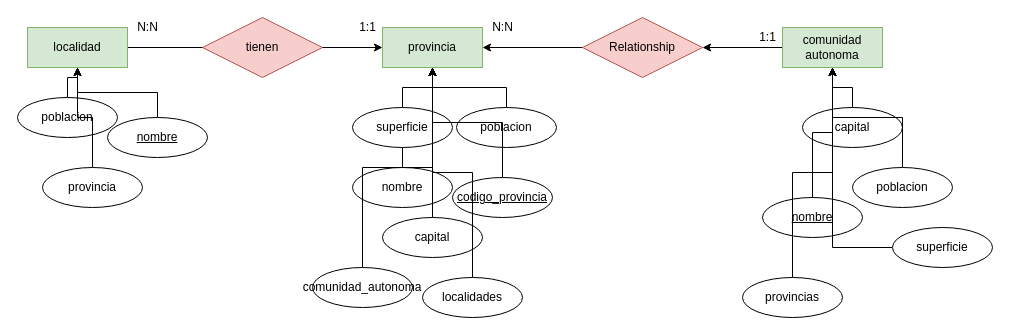
Earlier version of the draw.io diagram Reto 3.drawio (aramossanchez/Diagramas_ER). Source tidied: cells renumbered, new cells numbered last; positions are measured from the earlier drawing's top-left corner, leaving out a move shared by most shapes. Both pictures are drawn from the tidied source at 100%, with x=0, y=0 at pixel (17, 17).
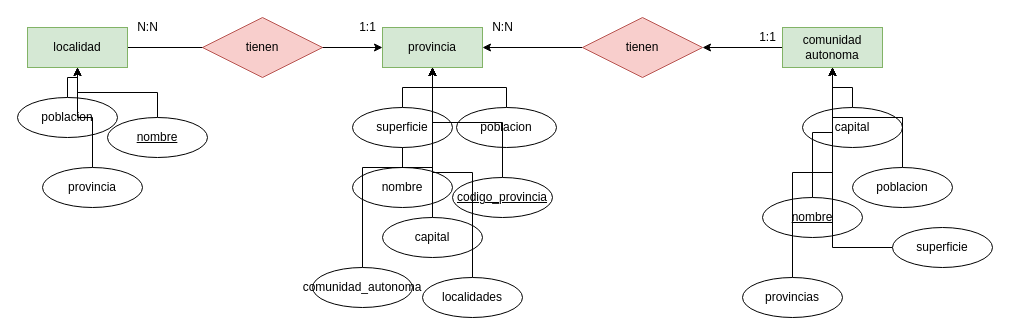
The same diagram, later.

Commit message (it also covers changes not shown here):
subo reto 5

Change to the diagram source:
```diff
@@
-    <mxCell id="31" value="Relationship" style="shape=rhombus;perimeter=rhombusPerimeter;whiteSpace=wrap;html=1;align=center;fillColor=#f8cecc;strokeColor=#b85450;" parent="1" vertex="1">
+    <mxCell id="31" value="tienen" style="shape=rhombus;perimeter=rhombusPerimeter;whiteSpace=wrap;html=1;align=center;fillColor=#f8cecc;strokeColor=#b85450;" parent="1" vertex="1">
       <mxGeometry x="565" width="120" height="60" as="geometry" />
     </mxCell>
```
